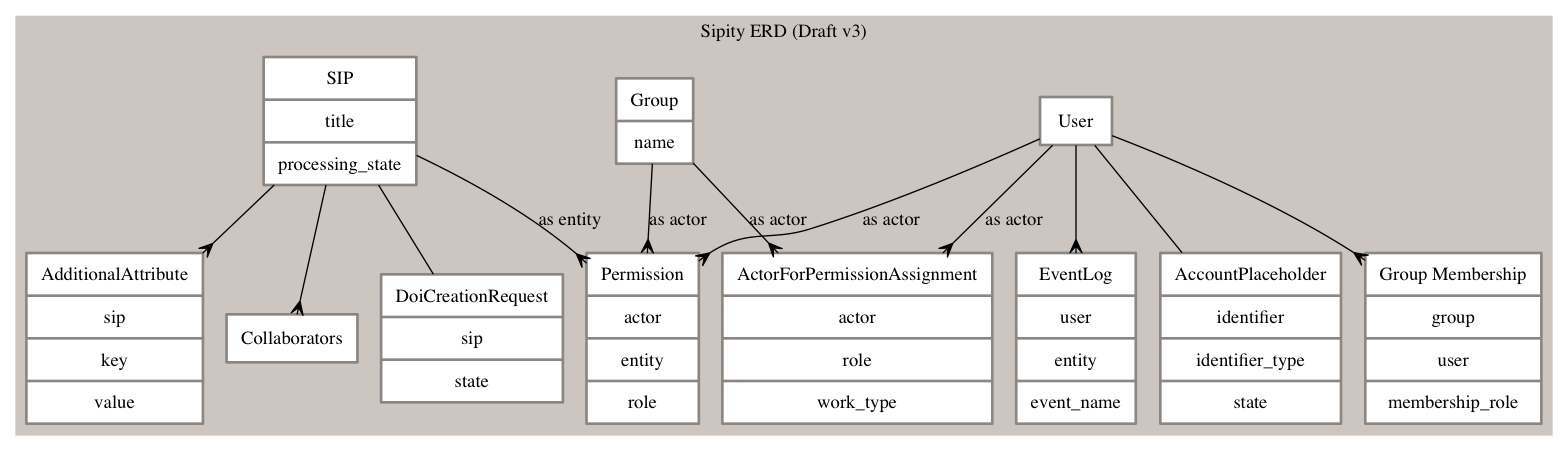
Earlier version of the Graphviz export artifacts/sipity-erd.png (scholarworks/sipity). Its source is kept beside it as artifacts/sipity-erd.dot. The source it was exported from:
```dot
digraph "G" {
    compound=true;
    node[color="grey15" shape=record penwidth=2 margin="0.15, 0.125"];

    subgraph cluster_0 {
        label="Sipity ERD (Draft v3)"
        color="seashell3"
        style="filled"
        node[style=filled fillcolor=white color="seashell4"]
        edge[arrowhead="crow"]

        user[label="{ User }"]
        group_entity[label="{ Group | name }"]
        group_membership[label="{ Group Membership | group | user | membership_role }"]
        sip[label="{ SIP | title | processing_state }"]
        event_log[label="{ EventLog | user | entity | event_name }"]
        permission[label="{ Permission | actor | entity | role }"]
        collaborators[label="{ Collaborators }"]
        account_placeholder[label="{ AccountPlaceholder | identifier | identifier_type | state }"]
        doi_creation_request[label="{ DoiCreationRequest | sip | state }"]
        additional_attributes[label="{ AdditionalAttribute | sip | key | value }"]
        ActorForPermissionAssignment[label="{ ActorForPermissionAssignment | actor | role | work_type }"]

        user -> group_membership
        group_entity -> ActorForPermissionAssignment[label="as actor"]
        user -> ActorForPermissionAssignment[label="as actor"]

        user -> permission[label="as actor"]
        group_entity -> permission[label="as actor"]
        sip -> permission[label="as entity"]
        user -> event_log
        sip -> collaborators
        sip -> additional_attributes
        sip -> doi_creation_request[arrowhead=none]
        user -> account_placeholder[arrowhead=none]
    }

}
```
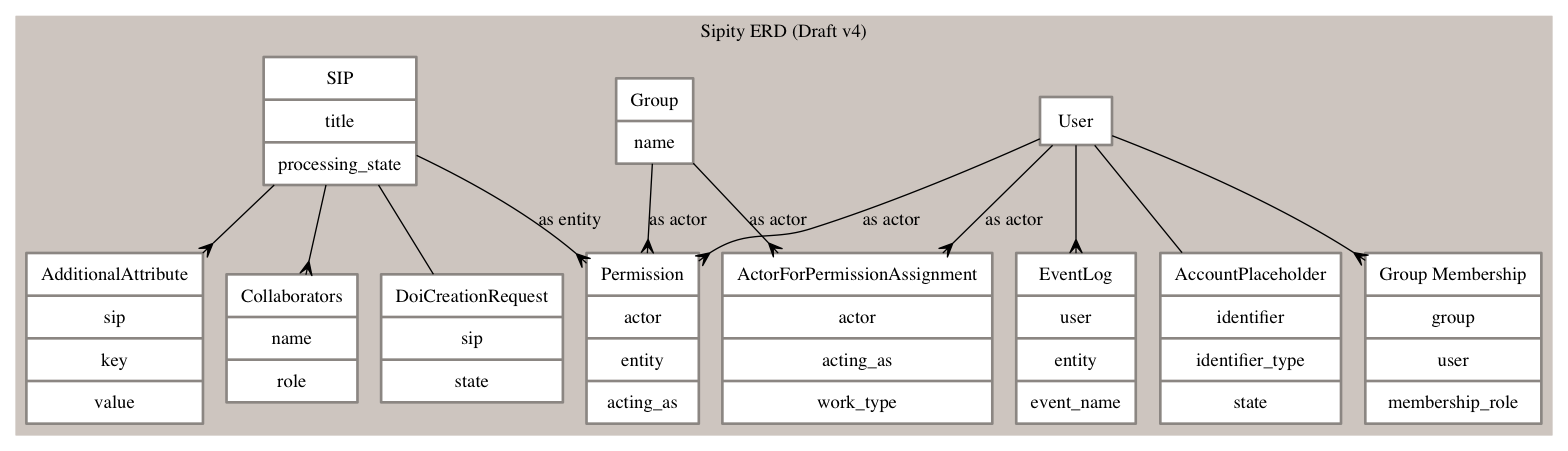
After the change.

Commit message:
Updating ERD for Sipity and diagram

[skip ci]

Diff of the diagram source:
```diff
@@ -3,7 +3,7 @@
     node[color="grey15" shape=record penwidth=2 margin="0.15, 0.125"];
 
     subgraph cluster_0 {
-        label="Sipity ERD (Draft v3)"
+        label="Sipity ERD (Draft v4)"
         color="seashell3"
         style="filled"
         node[style=filled fillcolor=white color="seashell4"]
@@ -14,12 +14,12 @@
         group_membership[label="{ Group Membership | group | user | membership_role }"]
         sip[label="{ SIP | title | processing_state }"]
         event_log[label="{ EventLog | user | entity | event_name }"]
-        permission[label="{ Permission | actor | entity | role }"]
-        collaborators[label="{ Collaborators }"]
+        permission[label="{ Permission | actor | entity | acting_as }"]
+        collaborators[label="{ Collaborators | name | role }"]
         account_placeholder[label="{ AccountPlaceholder | identifier | identifier_type | state }"]
         doi_creation_request[label="{ DoiCreationRequest | sip | state }"]
         additional_attributes[label="{ AdditionalAttribute | sip | key | value }"]
-        ActorForPermissionAssignment[label="{ ActorForPermissionAssignment | actor | role | work_type }"]
+        ActorForPermissionAssignment[label="{ ActorForPermissionAssignment | actor | acting_as | work_type }"]
 
         user -> group_membership
         group_entity -> ActorForPermissionAssignment[label="as actor"]
```
